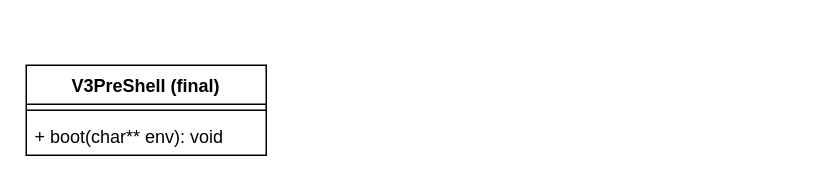
The draw.io diagram V3PreShell.drawio in Dercury/CLDK, before the edit. Source tidied: cells renumbered, new cells numbered last; positions are measured from the earlier drawing's top-left corner, leaving out a move shared by most shapes. Both pictures are drawn from the tidied source at 150%, with x=0, y=0 at pixel (26, 64).
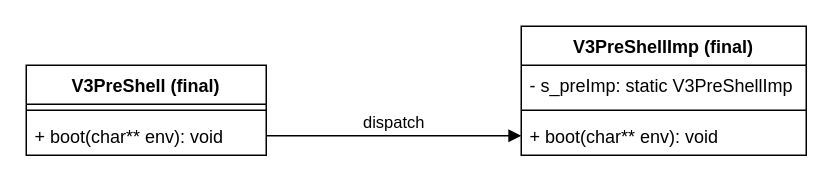
Above is the later version.

The edit, as a diff of the source:
```diff
@@
 <mxGraphModel>
   <root>
     <mxCell id="0" />
     <mxCell id="1" parent="0" />
     <mxCell id="2" value="V3PreShell (final)" style="swimlane;fontStyle=1;align=center;verticalAlign=top;horizontal=1;startSize=26;" parent="1" vertex="1">
       <mxGeometry width="160" height="60" as="geometry" />
     </mxCell>
     <mxCell id="3" style="line;strokeWidth=1;fillColor=none;align=left;verticalAlign=middle;spacingTop=-1;spacingLeft=3;spacingRight=3;labelPosition=right;" parent="2" vertex="1">
       <mxGeometry y="26" width="160" height="8" as="geometry" />
     </mxCell>
     <mxCell id="4" value="+ boot(char** env): void" style="text;strokeColor=none;fillColor=none;align=left;verticalAlign=top;spacingLeft=4;spacingRight=4;overflow=hidden;points=[[0,0.5],[1,0.5]];portConstraint=eastwest;" parent="2" vertex="1">
       <mxGeometry y="34" width="160" height="26" as="geometry" />
     </mxCell>
+    <mxCell id="5" value="V3PreShellImp (final)" style="swimlane;fontStyle=1;align=center;verticalAlign=top;horizontal=1;startSize=26;" parent="1" vertex="1">
+      <mxGeometry x="330" y="-26" width="190" height="86" as="geometry" />
+    </mxCell>
+    <mxCell id="6" value="- s_preImp: static V3PreShellImp" style="text;strokeColor=none;fillColor=none;align=left;verticalAlign=top;spacingLeft=4;spacingRight=4;overflow=hidden;" parent="5" vertex="1">
+      <mxGeometry y="26" width="190" height="26" as="geometry" />
+    </mxCell>
+    <mxCell id="7" style="line;strokeWidth=1;fillColor=none;align=left;verticalAlign=middle;spacingTop=-1;spacingLeft=3;spacingRight=3;labelPosition=right;" parent="5" vertex="1">
+      <mxGeometry y="52" width="190" height="8" as="geometry" />
+    </mxCell>
+    <mxCell id="8" value="+ boot(char** env): void" style="text;strokeColor=none;fillColor=none;align=left;verticalAlign=top;spacingLeft=4;spacingRight=4;overflow=hidden;points=[[0,0.5],[1,0.5]];portConstraint=eastwest;" parent="5" vertex="1">
+      <mxGeometry y="60" width="190" height="26" as="geometry" />
+    </mxCell>
+    <mxCell id="9" value="dispatch" style="html=1;verticalAlign=bottom;endArrow=block;" parent="1" edge="1" source="4" target="8">
+      <mxGeometry relative="1" as="geometry" />
+    </mxCell>
   </root>
 </mxGraphModel>
```
